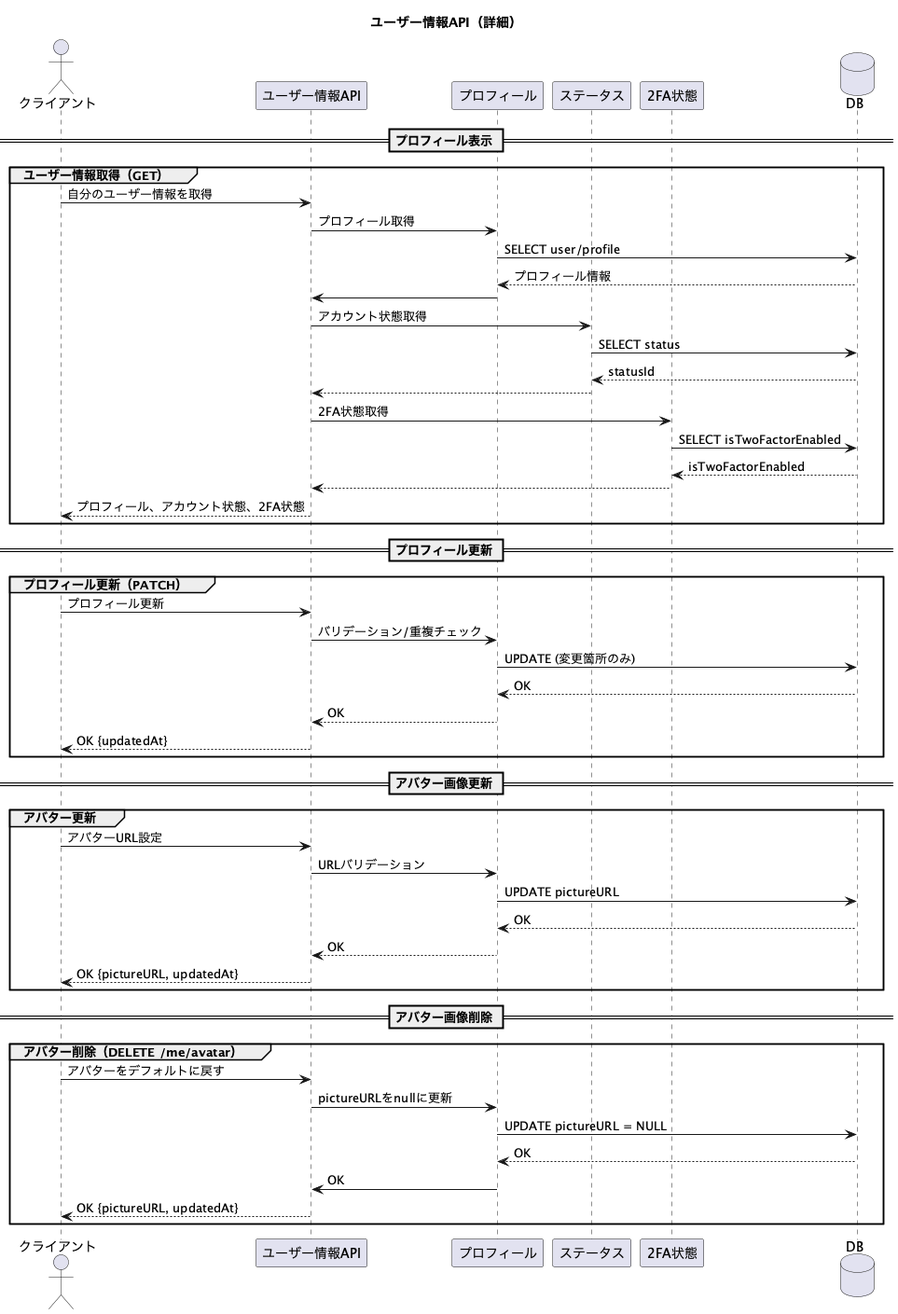
Earlier version of the PlantUML export docs/02_specifications/00_backend/imgs/01_user_information_api.png (RentoYabuki06/ft_transcendence). Source of this version:
```plantuml
@startuml
title ユーザー情報API（詳細）

actor       クライアント as client
participant "ユーザー情報API" as user_info_api
participant "プロフィール" as profile
participant "ステータス" as status
participant "2FA状態" as twofacter
database    "DB" as db

== プロフィール表示 ==
group ユーザー情報取得（GET）
  client -> user_info_api: 自分のユーザー情報を取得
  user_info_api -> profile: プロフィール取得
  profile -> db: SELECT user/profile
  db --> profile: プロフィール情報
  profile -> user_info_api:

  user_info_api -> status: アカウント状態取得
  status -> db: SELECT status
  db --> status: statusId
  status --> user_info_api:

  user_info_api -> twofacter: 2FA状態取得
  twofacter -> db: SELECT isTwoFactorEnabled
  db --> twofacter: isTwoFactorEnabled
  twofacter --> user_info_api:

  user_info_api --> client: プロフィール、アカウント状態、2FA状態
end group

== プロフィール更新 ==
group プロフィール更新（PATCH）
  client -> user_info_api: プロフィール更新
  user_info_api -> profile: バリデーション/重複チェック
  profile -> db: UPDATE (変更箇所のみ)
  db --> profile: OK
  profile --> user_info_api: OK
  user_info_api --> client: OK {updatedAt}
end group

== アバター画像更新 ==
group アバター更新
  client -> user_info_api: アバターURL設定
  user_info_api -> profile: URLバリデーション
  profile -> db: UPDATE pictureURL
  db --> profile: OK
  profile --> user_info_api: OK
  user_info_api --> client: OK {pictureURL, updatedAt}
end group

== アバター画像削除 ==
group アバター削除（DELETE /me/avatar）
  client -> user_info_api: アバターをデフォルトに戻す
  user_info_api -> profile: pictureURLをnullに更新
  profile -> db: UPDATE pictureURL = NULL
  db --> profile: OK
  profile -> user_info_api: OK
  user_info_api --> client: OK {pictureURL, updatedAt}
end group

@enduml
```
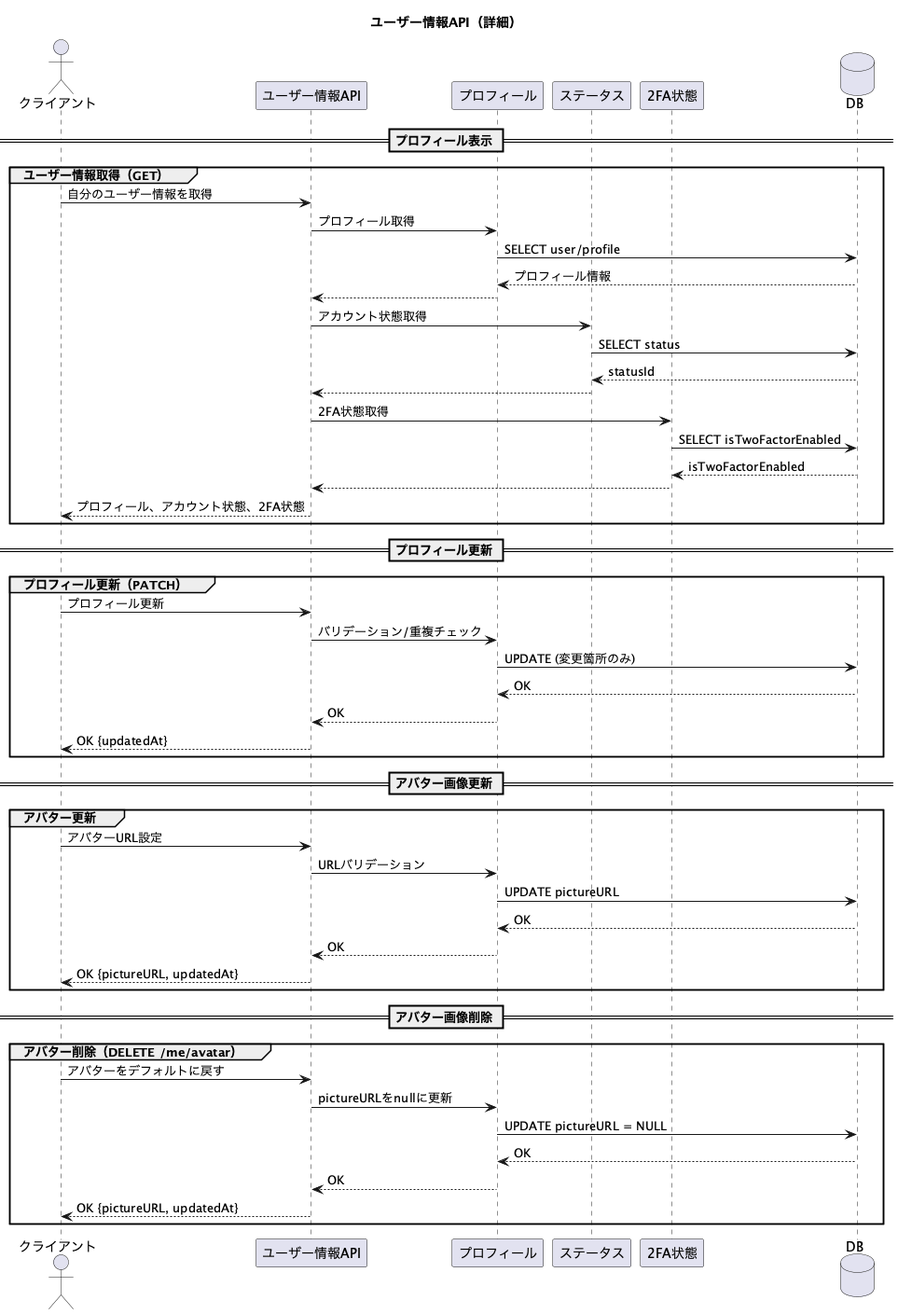
The same diagram one commit later.

Commit message:
Fix(008): シーケンス図のインデント修正

What changed in the source:
```diff
@@ -11,52 +11,52 @@
 == プロフィール表示 ==
 group ユーザー情報取得（GET）
   client -> user_info_api: 自分のユーザー情報を取得
-  user_info_api -> profile: プロフィール取得
-  profile -> db: SELECT user/profile
-  db --> profile: プロフィール情報
-  profile -> user_info_api:
+    user_info_api ->  profile: プロフィール取得
+      profile ->  db: SELECT user/profile
+      profile <-- db: プロフィール情報
+    user_info_api <-- profile:
 
-  user_info_api -> status: アカウント状態取得
-  status -> db: SELECT status
-  db --> status: statusId
-  status --> user_info_api:
+    user_info_api -> status: アカウント状態取得
+      status ->  db: SELECT status
+      status <-- db: statusId
+    user_info_api <-- status:
 
-  user_info_api -> twofacter: 2FA状態取得
-  twofacter -> db: SELECT isTwoFactorEnabled
-  db --> twofacter: isTwoFactorEnabled
-  twofacter --> user_info_api:
+    user_info_api -> twofacter: 2FA状態取得
+      twofacter ->  db: SELECT isTwoFactorEnabled
+      twofacter <-- db: isTwoFactorEnabled
+    user_info_api <-- twofacter:
 
-  user_info_api --> client: プロフィール、アカウント状態、2FA状態
+  client <-- user_info_api: プロフィール、アカウント状態、2FA状態
 end group
 
 == プロフィール更新 ==
 group プロフィール更新（PATCH）
   client -> user_info_api: プロフィール更新
-  user_info_api -> profile: バリデーション/重複チェック
-  profile -> db: UPDATE (変更箇所のみ)
-  db --> profile: OK
-  profile --> user_info_api: OK
-  user_info_api --> client: OK {updatedAt}
+    user_info_api -> profile: バリデーション/重複チェック
+      profile ->  db: UPDATE (変更箇所のみ)
+      profile <-- db: OK
+    user_info_api <-- profile: OK
+  client <-- user_info_api: OK {updatedAt}
 end group
 
 == アバター画像更新 ==
 group アバター更新
   client -> user_info_api: アバターURL設定
-  user_info_api -> profile: URLバリデーション
-  profile -> db: UPDATE pictureURL
-  db --> profile: OK
-  profile --> user_info_api: OK
-  user_info_api --> client: OK {pictureURL, updatedAt}
+    user_info_api -> profile: URLバリデーション
+      profile ->  db: UPDATE pictureURL
+      profile <-- db: OK
+    user_info_api <-- profile: OK
+  client <-- user_info_api: OK {pictureURL, updatedAt}
 end group
 
 == アバター画像削除 ==
 group アバター削除（DELETE /me/avatar）
   client -> user_info_api: アバターをデフォルトに戻す
-  user_info_api -> profile: pictureURLをnullに更新
-  profile -> db: UPDATE pictureURL = NULL
-  db --> profile: OK
-  profile -> user_info_api: OK
-  user_info_api --> client: OK {pictureURL, updatedAt}
+    user_info_api -> profile: pictureURLをnullに更新
+      profile ->  db: UPDATE pictureURL = NULL
+      profile <-- db: OK
+    user_info_api <-- profile: OK
+  client <-- user_info_api: OK {pictureURL, updatedAt}
 end group
 
 @enduml
```
